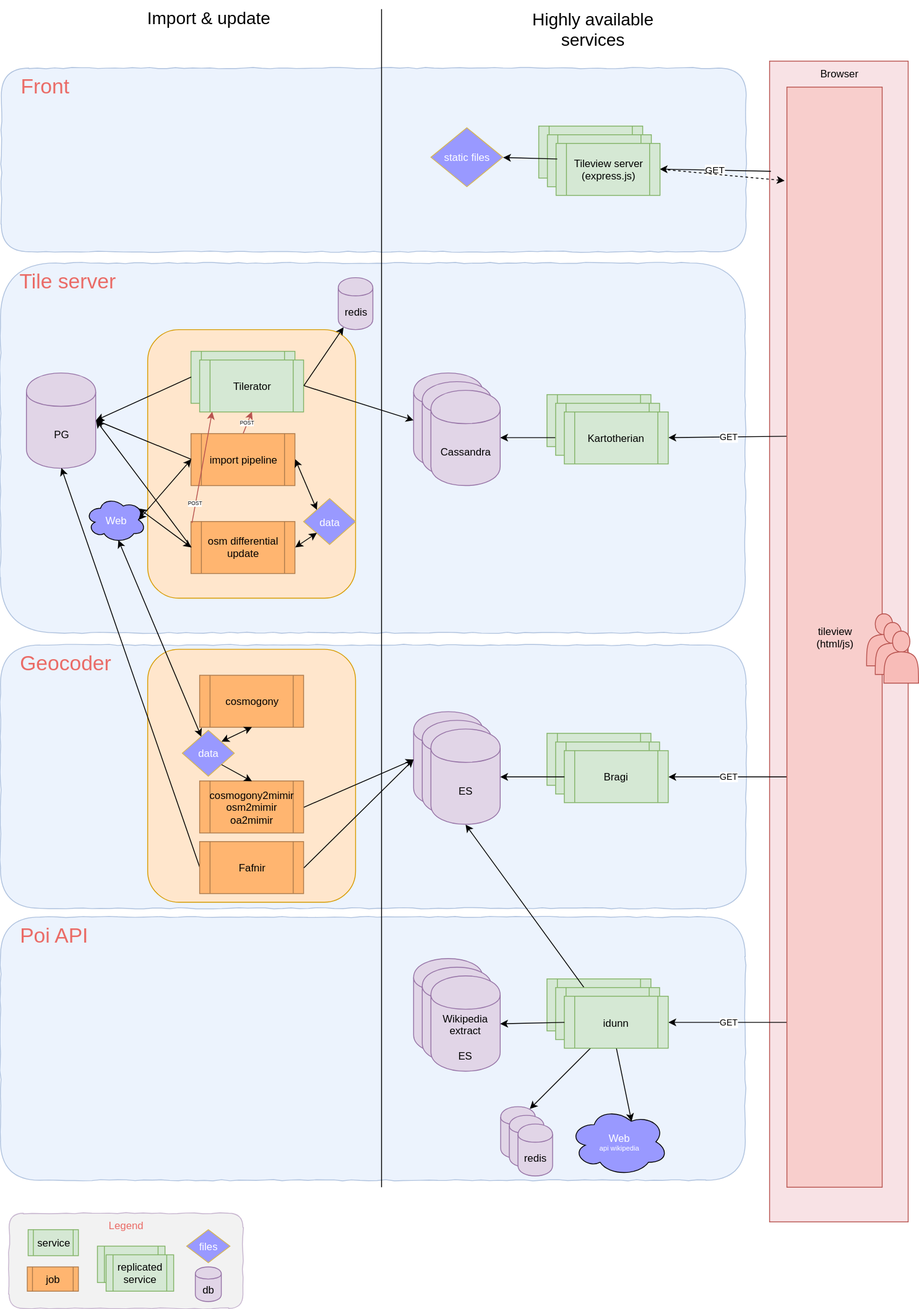
Above: images/global_archi.svg in Qwant/qwantmaps (draw.io), before the change. Source tidied: cells renumbered, new cells last; positions are measured from the earlier drawing's top-left corner, leaving out a move shared by most shapes.
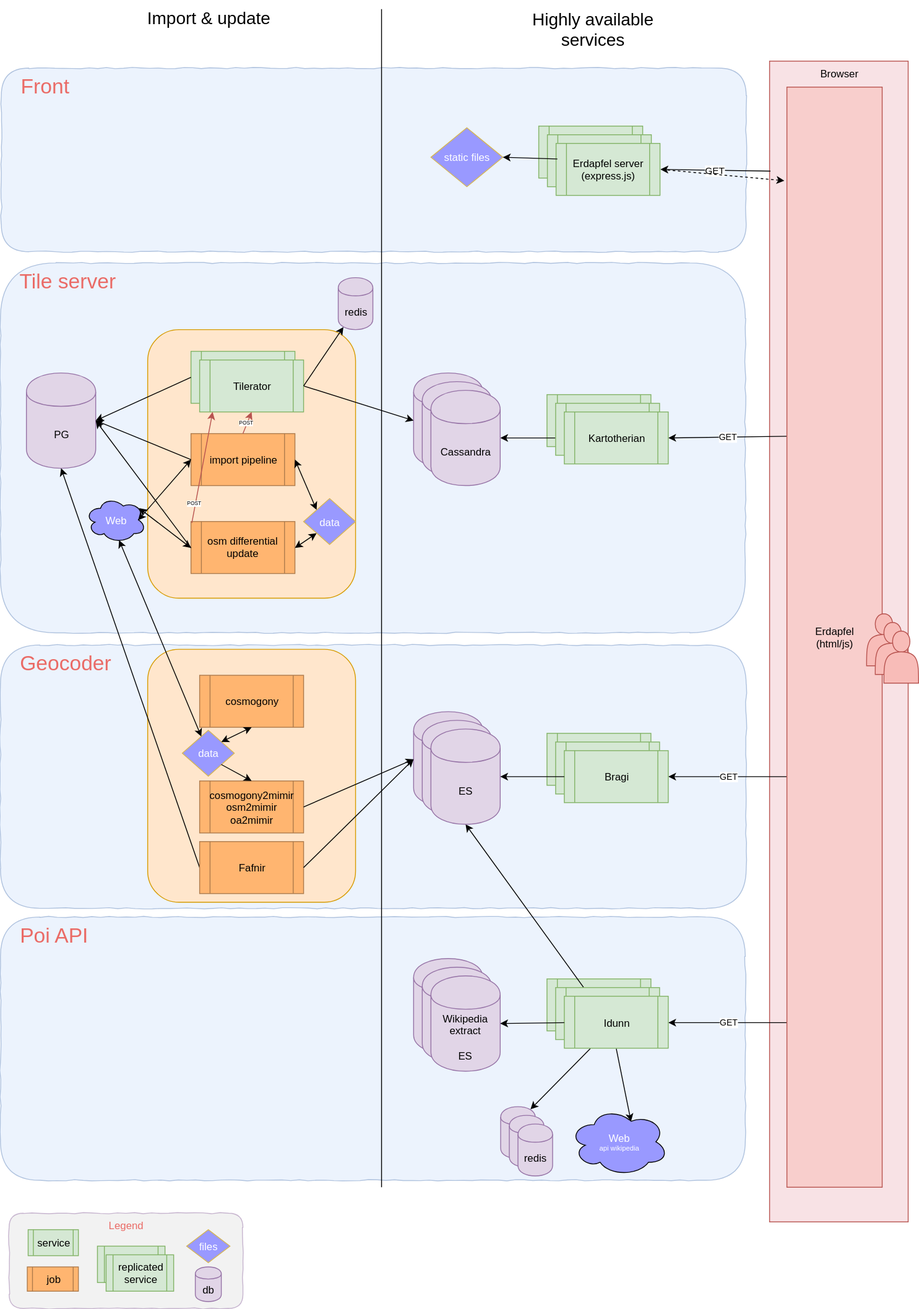
The same diagram one commit later.

Commit message:
update schema with erdapfel

Diff of the diagram source:
```diff
@@ -170,7 +170,7 @@
     <mxCell id="56" value="GET" style="endArrow=none;startArrow=classic;html=1;fontSize=10;entryX=0.021;entryY=0.85;exitX=1;exitY=0.5;entryPerimeter=0;endFill=0;" parent="1" edge="1" source="77" target="57">
       <mxGeometry relative="1" as="geometry" />
     </mxCell>
-    <mxCell id="57" value="&lt;div&gt;&lt;font style=&quot;font-size: 12px&quot;&gt;tileview&lt;/font&gt;&lt;/div&gt;&lt;div&gt;&lt;font style=&quot;font-size: 12px&quot;&gt;(html/js)&lt;br&gt;&lt;/font&gt;&lt;/div&gt;" style="rounded=0;whiteSpace=wrap;html=1;fillColor=#f8cecc;fontSize=6;fontColor=#000000;strokeColor=#b85450;" parent="1" vertex="1">
+    <mxCell id="57" value="&lt;div&gt;&lt;font style=&quot;font-size: 12px&quot;&gt;Erdapfel&lt;/font&gt;&lt;/div&gt;&lt;div&gt;&lt;font style=&quot;font-size: 12px&quot;&gt;(html/js)&lt;br&gt;&lt;/font&gt;&lt;/div&gt;" style="rounded=0;whiteSpace=wrap;html=1;fillColor=#f8cecc;fontSize=6;fontColor=#000000;strokeColor=#b85450;" parent="1" vertex="1">
       <mxGeometry x="908" y="100" width="110" height="1270" as="geometry" />
     </mxCell>
     <mxCell id="58" value="&lt;div&gt;tileview server&lt;/div&gt;&lt;div&gt;(express.js)&lt;br&gt;&lt;/div&gt;" style="shape=process;whiteSpace=wrap;html=1;fillColor=#d5e8d4;strokeColor=#82b366;" parent="1" vertex="1">
@@ -230,7 +230,7 @@
     <mxCell id="76" value="idunn" style="shape=process;whiteSpace=wrap;html=1;fillColor=#d5e8d4;strokeColor=#82b366;" parent="1" vertex="1">
       <mxGeometry x="641" y="1139.5" width="120" height="60" as="geometry" />
     </mxCell>
-    <mxCell id="77" value="idunn" style="shape=process;whiteSpace=wrap;html=1;fillColor=#d5e8d4;strokeColor=#82b366;" parent="1" vertex="1">
+    <mxCell id="77" value="Idunn" style="shape=process;whiteSpace=wrap;html=1;fillColor=#d5e8d4;strokeColor=#82b366;" parent="1" vertex="1">
       <mxGeometry x="651" y="1149.5" width="120" height="60" as="geometry" />
     </mxCell>
     <mxCell id="78" value="&lt;div&gt;Wikipedia extract&lt;/div&gt;&lt;div&gt;&lt;br&gt;&lt;/div&gt;&lt;div&gt;ES&lt;/div&gt;" style="shape=cylinder;whiteSpace=wrap;html=1;boundedLbl=1;fillColor=#e1d5e7;strokeColor=#9673a6;" parent="1" vertex="1">
@@ -245,7 +245,7 @@
     <mxCell id="81" value="&lt;div&gt;tileview server&lt;/div&gt;&lt;div&gt;(express.js)&lt;br&gt;&lt;/div&gt;" style="shape=process;whiteSpace=wrap;html=1;fillColor=#d5e8d4;strokeColor=#82b366;" parent="1" vertex="1">
       <mxGeometry x="631.5" y="155" width="120" height="60" as="geometry" />
     </mxCell>
-    <mxCell id="82" value="&lt;div&gt;Tileview server&lt;/div&gt;&lt;div&gt;(express.js)&lt;br&gt;&lt;/div&gt;" style="shape=process;whiteSpace=wrap;html=1;fillColor=#d5e8d4;strokeColor=#82b366;" parent="1" vertex="1">
+    <mxCell id="82" value="&lt;div&gt;Erdapfel server&lt;/div&gt;&lt;div&gt;(express.js)&lt;br&gt;&lt;/div&gt;" style="shape=process;whiteSpace=wrap;html=1;fillColor=#d5e8d4;strokeColor=#82b366;" parent="1" vertex="1">
       <mxGeometry x="641.5" y="165" width="120" height="60" as="geometry" />
     </mxCell>
     <mxCell id="83" value="static files" style="rhombus;whiteSpace=wrap;html=1;fontSize=12;fillColor=#9999FF;strokeColor=#d6b656;fontColor=#FFFFFF;" parent="1" vertex="1">
```
